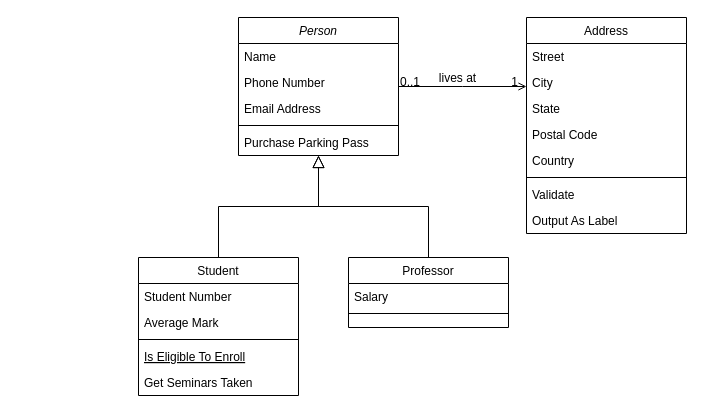
The draw.io diagram src/dominio/Diagrama sin título.drawio in MatiProtocol/SegundoOblig-P2, before the edit. Source tidied: cells renumbered, new cells numbered last; positions are measured from the earlier drawing's top-left corner, leaving out a move shared by most shapes. Both pictures are drawn from the tidied source at 100%, with x=0, y=0 at pixel (138, 17).
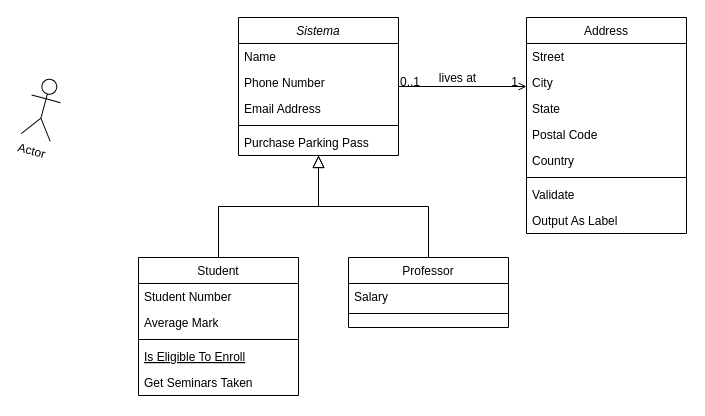
The same diagram, later.

Diff of the diagram source:
```diff
@@
-    <mxCell id="2" value="Person" style="swimlane;fontStyle=2;align=center;verticalAlign=top;horizontal=1;startSize=26;rounded=0;shadow=0;strokeWidth=1;" parent="1" vertex="1">
+    <mxCell id="2" value="Sistema&#10;" style="swimlane;fontStyle=2;align=center;verticalAlign=top;horizontal=1;startSize=26;rounded=0;shadow=0;strokeWidth=1;" parent="1" vertex="1">
       <mxGeometry x="100" width="160" height="138" as="geometry" />
     </mxCell>
@@
+    <mxCell id="32" value="Actor" style="shape=umlActor;verticalLabelPosition=bottom;verticalAlign=top;html=1;rotation=15;" parent="1" vertex="1">
+      <mxGeometry x="-110" y="61" width="30" height="60" as="geometry" />
+    </mxCell>
```
